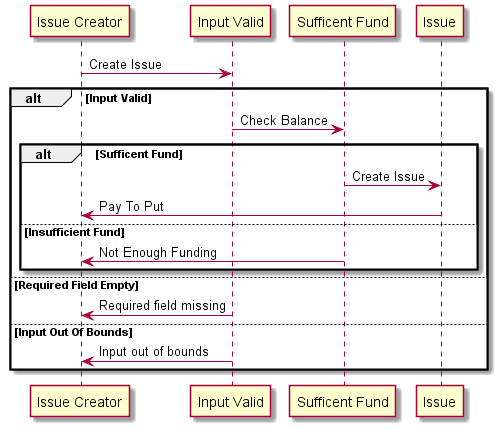
This is UML/UC 10 - Create Issue - Pay to Put/UC10 - Activity.png from NeaBouli/TrueRepublic, a PlantUML export, as it was before one commit.
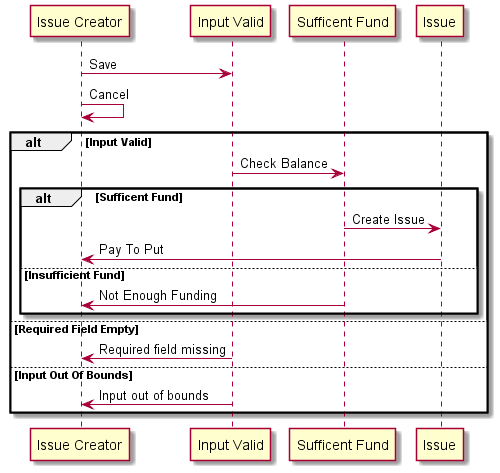
Above is the later version.

Diff of the diagram source:
```diff
@@ -1,5 +1,6 @@
 @startuml "UC10 Create Issue"
-"Issue Creator" -> "Input Valid": Create Issue
+"Issue Creator" -> "Input Valid": Save
+"Issue Creator" -> "Issue Creator": Cancel
 
 alt Input Valid
 
```
